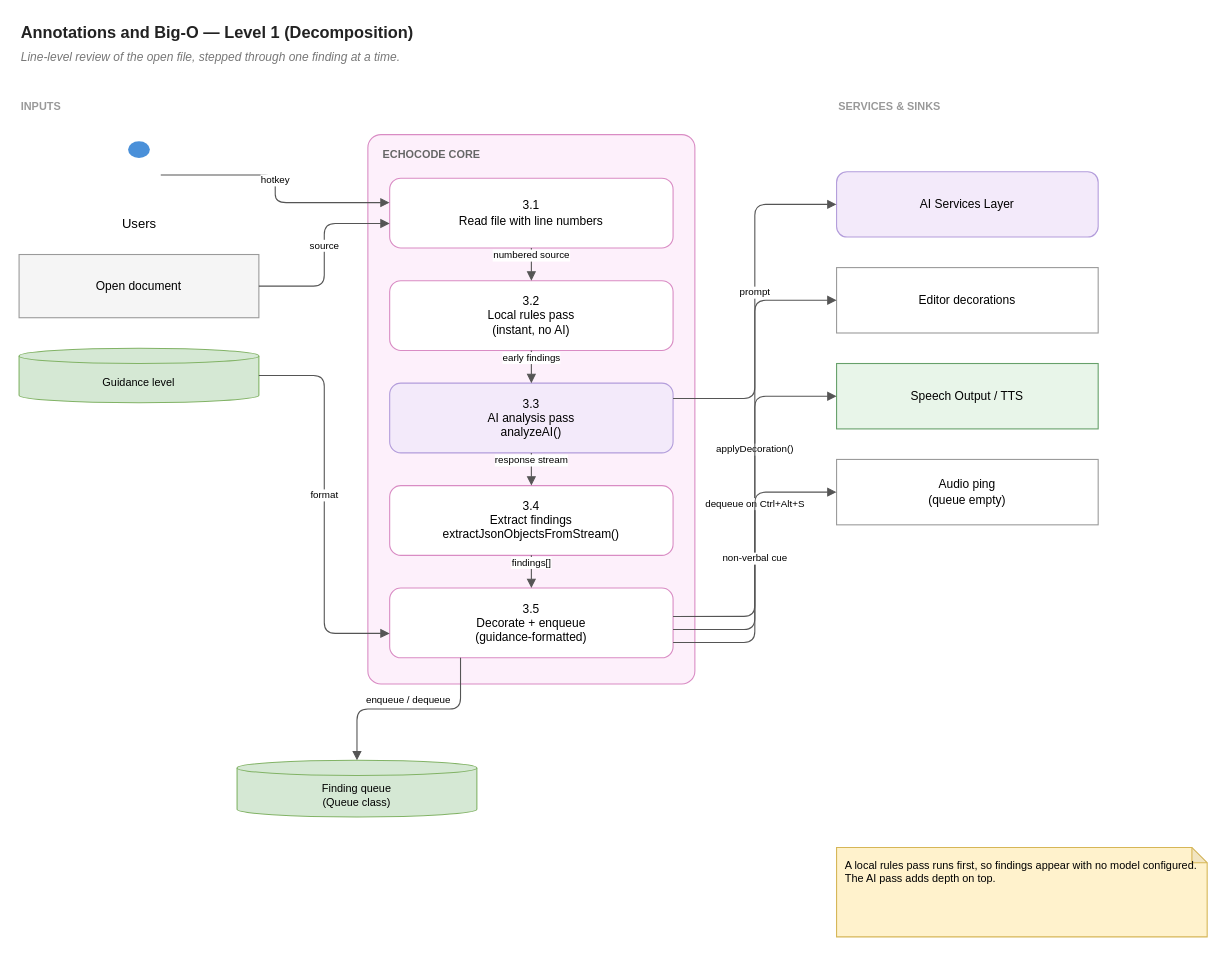
Earlier version of the draw.io diagram page "Level 1 — Decomposition" (2 of 2) of wiki/diagrams/03-annotations-bigo.drawio (hpcclab/EchoCode). Source tidied: cells renumbered, new cells numbered last; positions are measured from the earlier drawing's top-left corner, leaving out a move shared by most shapes. Both pictures are drawn from the tidied source at 109%, with x=0, y=0 at pixel (19, 19).
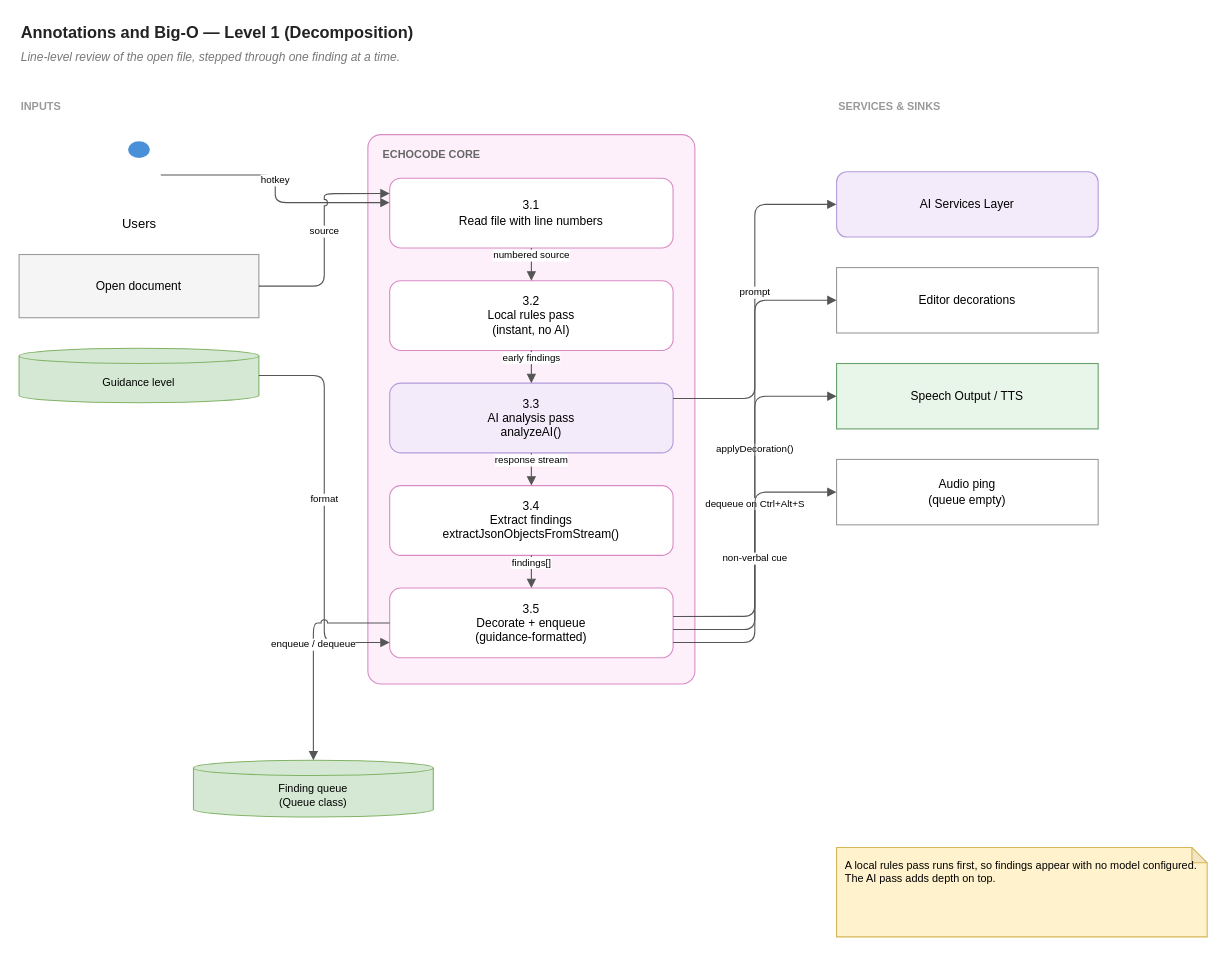
The same page after the edit.

The change refers to these unchanged cells:
```xml
<mxCell id="7" value="3.1&#10;Read file with line numbers" style="rounded=1;whiteSpace=wrap;html=1;fillColor=#ffffff;strokeColor=#d98cc4;fontSize=11;arcSize=16;" parent="6" vertex="1">
  <mxGeometry x="20" y="40" width="260" height="64" as="geometry" />
</mxCell>
<mxCell id="11" value="3.5&#10;Decorate + enqueue&#10;(guidance-formatted)" style="rounded=1;whiteSpace=wrap;html=1;fillColor=#ffffff;strokeColor=#d98cc4;fontSize=11;arcSize=16;" parent="6" vertex="1">
  <mxGeometry x="20" y="416" width="260" height="64" as="geometry" />
</mxCell>
<mxCell id="13" value="Open document" style="rounded=0;whiteSpace=wrap;html=1;fillColor=#f5f5f5;strokeColor=#9a9a9a;fontSize=11;" parent="1" vertex="1">
  <mxGeometry y="216" width="220" height="58" as="geometry" />
</mxCell>
<mxCell id="14" value="Guidance level" style="shape=cylinder3;boundedLbl=1;backgroundOutline=1;size=7;whiteSpace=wrap;html=1;fillColor=#d5e8d4;strokeColor=#82b366;fontSize=10;" parent="1" vertex="1">
  <mxGeometry y="302" width="220" height="50" as="geometry" />
</mxCell>
```

The edit, as a diff of the source:
```diff
@@
     <mxCell id="19" value="Finding queue&#10;(Queue class)" style="shape=cylinder3;boundedLbl=1;backgroundOutline=1;size=7;whiteSpace=wrap;html=1;fillColor=#d5e8d4;strokeColor=#82b366;fontSize=10;" parent="1" vertex="1">
-      <mxGeometry x="200" y="680" width="220" height="52" as="geometry" />
+      <mxGeometry x="160" y="680" width="220" height="52" as="geometry" />
     </mxCell>
@@
-    <mxCell id="21" value="source" style="edgeStyle=orthogonalEdgeStyle;rounded=1;html=1;endArrow=block;endFill=1;jettySize=auto;jumpStyle=arc;jumpSize=6;fontSize=9;labelBackgroundColor=#ffffff;verticalAlign=bottom;strokeColor=#555555;exitX=1;exitY=0.5;exitDx=0;exitDy=0;entryX=0;entryY=0.65;entryDx=0;entryDy=0;" parent="1" edge="1" source="13" target="7">
+    <mxCell id="21" value="source" style="edgeStyle=orthogonalEdgeStyle;rounded=1;html=1;endArrow=block;endFill=1;jettySize=auto;jumpStyle=arc;jumpSize=6;fontSize=9;labelBackgroundColor=#ffffff;verticalAlign=bottom;strokeColor=#555555;exitX=1;exitY=0.5;exitDx=0;exitDy=0;entryX=0;entryY=0.22;entryDx=0;entryDy=0;" parent="1" edge="1" source="13" target="7">
       <mxGeometry relative="1" as="geometry" />
     </mxCell>
-    <mxCell id="22" value="format" style="edgeStyle=orthogonalEdgeStyle;rounded=1;html=1;endArrow=block;endFill=1;jettySize=auto;jumpStyle=arc;jumpSize=6;fontSize=9;labelBackgroundColor=#ffffff;verticalAlign=bottom;strokeColor=#555555;exitX=1;exitY=0.5;exitDx=0;exitDy=0;entryX=0;entryY=0.65;entryDx=0;entryDy=0;" parent="1" edge="1" source="14" target="11">
+    <mxCell id="22" value="format" style="edgeStyle=orthogonalEdgeStyle;rounded=1;html=1;endArrow=block;endFill=1;jettySize=auto;jumpStyle=arc;jumpSize=6;fontSize=9;labelBackgroundColor=#ffffff;verticalAlign=bottom;strokeColor=#555555;exitX=1;exitY=0.5;exitDx=0;exitDy=0;entryX=0;entryY=0.78;entryDx=0;entryDy=0;" parent="1" edge="1" source="14" target="11">
       <mxGeometry relative="1" as="geometry" />
     </mxCell>
@@
-    <mxCell id="31" value="enqueue / dequeue" style="edgeStyle=orthogonalEdgeStyle;rounded=1;html=1;endArrow=block;endFill=1;jettySize=auto;jumpStyle=arc;jumpSize=6;fontSize=9;labelBackgroundColor=#ffffff;verticalAlign=bottom;strokeColor=#555555;exitX=0.25;exitY=1;exitDx=0;exitDy=0;entryX=0.5;entryY=0;entryDx=0;entryDy=0;" parent="1" edge="1" source="11" target="19">
+    <mxCell id="31" value="enqueue / dequeue" style="edgeStyle=orthogonalEdgeStyle;rounded=1;html=1;endArrow=block;endFill=1;jettySize=auto;jumpStyle=arc;jumpSize=6;fontSize=9;labelBackgroundColor=#ffffff;verticalAlign=bottom;strokeColor=#555555;exitX=0;exitY=0.5;exitDx=0;exitDy=0;entryX=0.5;entryY=0;entryDx=0;entryDy=0;" parent="1" edge="1" source="11" target="19">
       <mxGeometry relative="1" as="geometry" />
     </mxCell>
```
